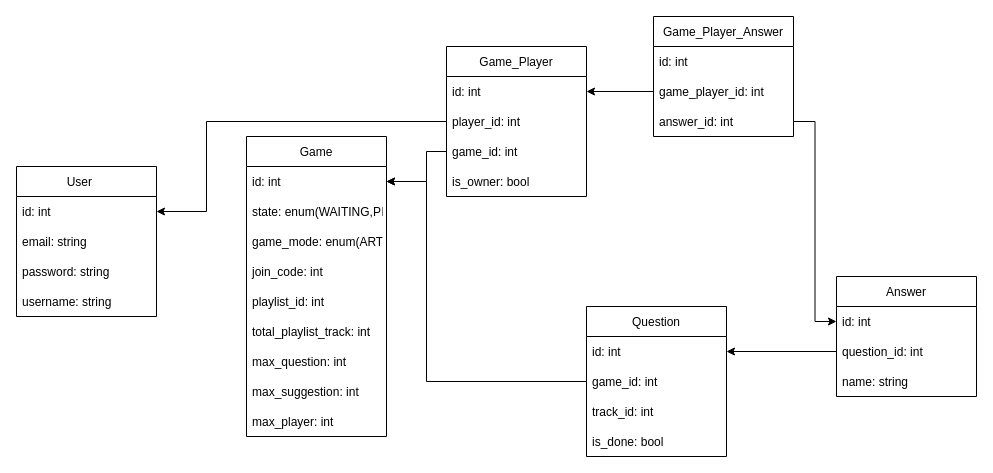
This is infos/schema_db.drawio from IShungite/GuessMyZik, a draw.io file, before an edit. Source tidied: cells renumbered, new cells numbered last; positions are measured from the earlier drawing's top-left corner, leaving out a move shared by most shapes. Both pictures are drawn from the tidied source at 100%, with x=0, y=0 at pixel (16, 16).
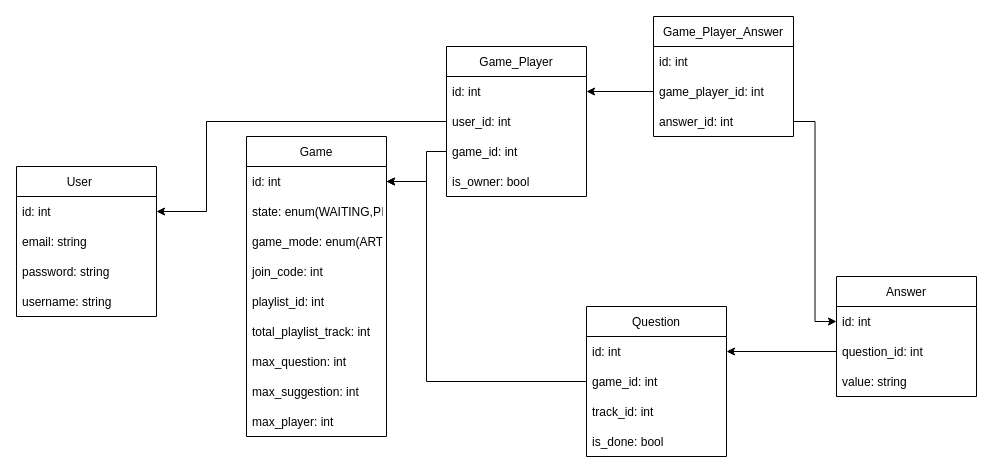
After the change.

Unchanged cells that the change refers to:
```xml
<mxCell id="17" value="Game_Player" style="swimlane;fontStyle=0;horizontal=1;startSize=30;" parent="1" vertex="1">
  <mxGeometry x="430" y="30" width="140" height="150" as="geometry" />
</mxCell>
<mxCell id="23" value="Answer" style="swimlane;fontStyle=0;horizontal=1;startSize=30;" parent="1" vertex="1">
  <mxGeometry x="820" y="260" width="140" height="120" as="geometry" />
</mxCell>
```

What changed in the source:
```diff
@@
-    <mxCell id="19" value="player_id: int" style="text;strokeColor=none;fillColor=none;align=left;verticalAlign=middle;spacingLeft=4;spacingRight=4;overflow=hidden;points=[[0,0.5],[1,0.5]];portConstraint=eastwest;" parent="17" vertex="1">
+    <mxCell id="19" value="user_id: int" style="text;strokeColor=none;fillColor=none;align=left;verticalAlign=middle;spacingLeft=4;spacingRight=4;overflow=hidden;points=[[0,0.5],[1,0.5]];portConstraint=eastwest;" parent="17" vertex="1">
       <mxGeometry y="60" width="140" height="30" as="geometry" />
     </mxCell>
@@
-    <mxCell id="26" value="name: string" style="text;strokeColor=none;fillColor=none;align=left;verticalAlign=middle;spacingLeft=4;spacingRight=4;overflow=hidden;" parent="23" vertex="1">
+    <mxCell id="26" value="value: string" style="text;strokeColor=none;fillColor=none;align=left;verticalAlign=middle;spacingLeft=4;spacingRight=4;overflow=hidden;" parent="23" vertex="1">
       <mxGeometry y="90" width="140" height="30" as="geometry" />
     </mxCell>
```
